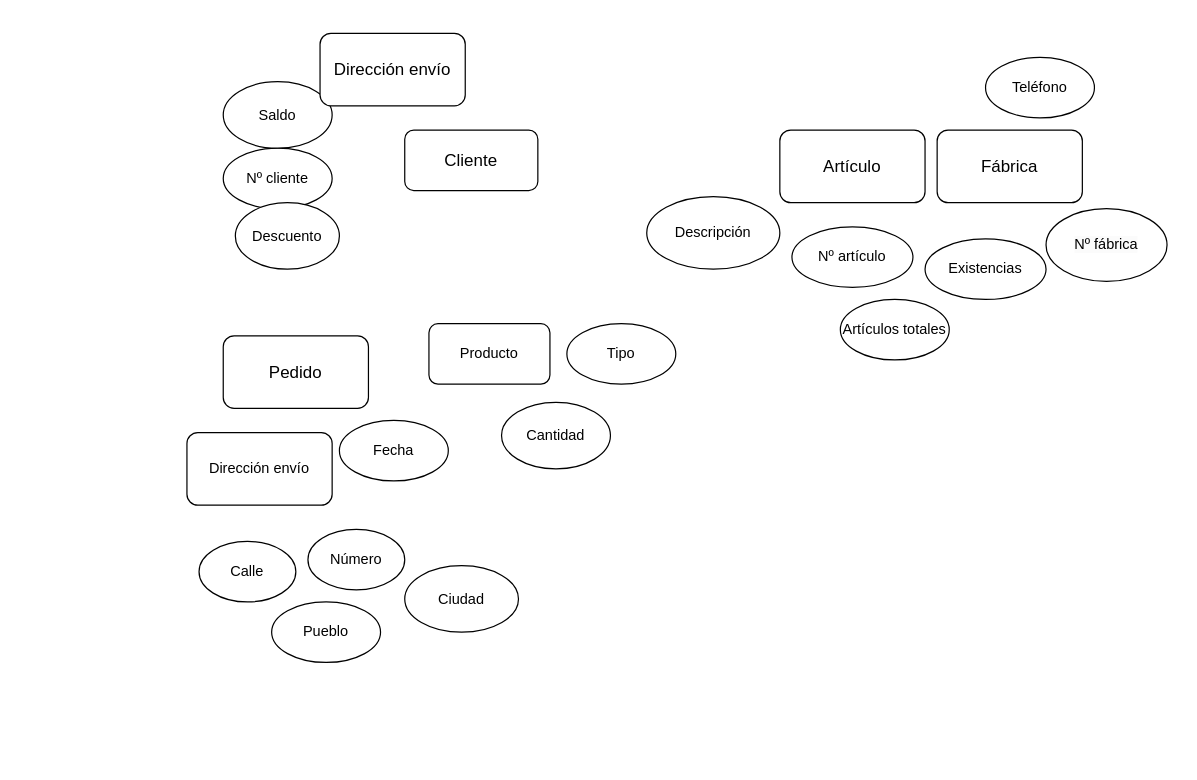
Before: ejercicio10.drawio in reyesdefedericocarlota/Base-de-datos, a draw.io diagram. Source tidied: cells renumbered, new cells numbered last; positions are measured from the earlier drawing's top-left corner, leaving out a move shared by most shapes. Both pictures are drawn from the tidied source at 121%, with x=0, y=0 at pixel (186, 33).
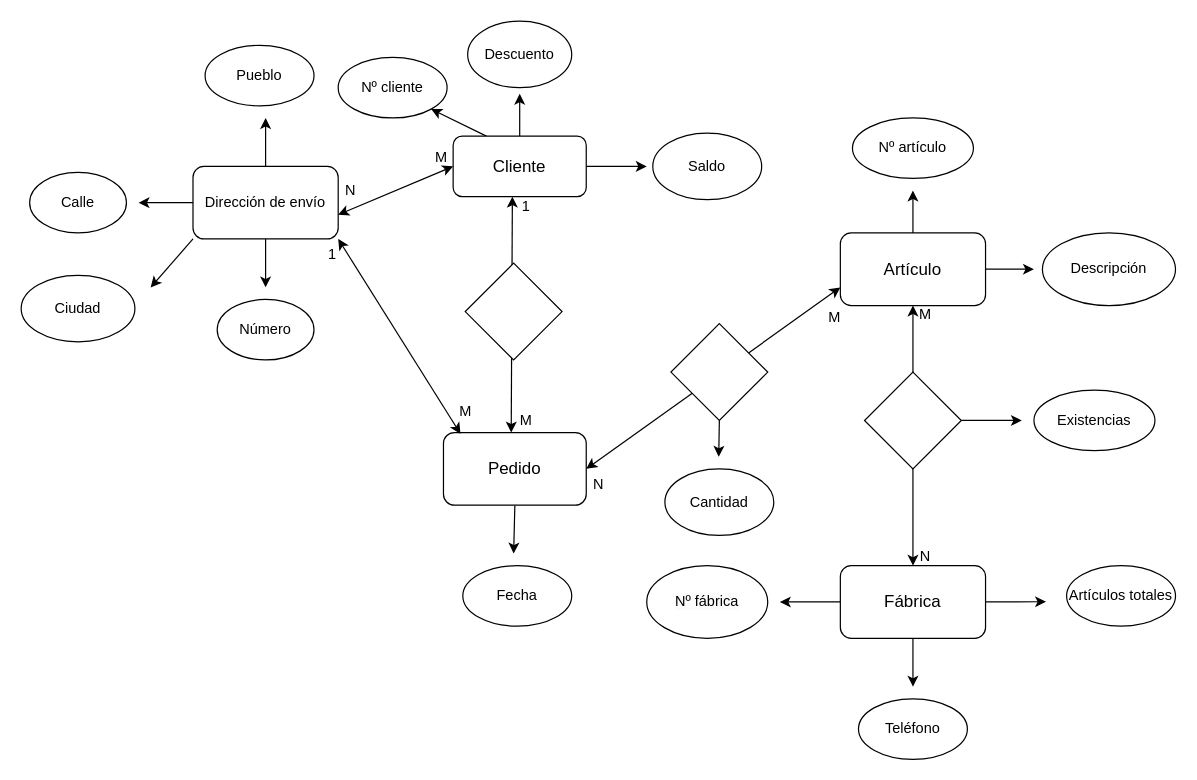
The same page after the edit.

Commit message (it also covers changes not shown here):
subo ejercicios

Diff of the diagram source:
```diff
@@
+    <mxCell id="25" style="edgeStyle=none;html=1;exitX=0.5;exitY=0;exitDx=0;exitDy=0;" parent="1" edge="1" source="2">
+      <mxGeometry relative="1" as="geometry">
+        <mxPoint x="275" y="50" as="targetPoint" />
+      </mxGeometry>
+    </mxCell>
+    <mxCell id="26" style="edgeStyle=none;html=1;exitX=1;exitY=0.5;exitDx=0;exitDy=0;" parent="1" edge="1" source="2">
+      <mxGeometry relative="1" as="geometry">
+        <mxPoint x="380" y="110" as="targetPoint" />
+      </mxGeometry>
+    </mxCell>
+    <mxCell id="27" style="edgeStyle=none;html=1;exitX=0.25;exitY=0;exitDx=0;exitDy=0;entryX=1;entryY=1;entryDx=0;entryDy=0;" parent="1" edge="1" source="2" target="3">
+      <mxGeometry relative="1" as="geometry" />
+    </mxCell>
     <mxCell id="2" value="&lt;font style=&quot;font-size: 14px;&quot;&gt;Cliente&lt;/font&gt;" style="rounded=1;whiteSpace=wrap;html=1;" parent="1" vertex="1">
-      <mxGeometry x="180" y="80" width="110" height="50" as="geometry" />
+      <mxGeometry x="220" y="85" width="110" height="50" as="geometry" />
     </mxCell>
     <mxCell id="3" value="Nº cliente" style="ellipse;whiteSpace=wrap;html=1;" parent="1" vertex="1">
-      <mxGeometry x="30" y="95" width="90" height="50" as="geometry" />
+      <mxGeometry x="125" y="20" width="90" height="50" as="geometry" />
     </mxCell>
     <mxCell id="4" value="Saldo" style="ellipse;whiteSpace=wrap;html=1;" parent="1" vertex="1">
-      <mxGeometry x="30" y="40" width="90" height="55" as="geometry" />
+      <mxGeometry x="385" y="82.5" width="90" height="55" as="geometry" />
     </mxCell>
     <mxCell id="5" value="Descuento" style="ellipse;whiteSpace=wrap;html=1;" parent="1" vertex="1">
-      <mxGeometry x="40" y="140" width="86" height="55" as="geometry" />
+      <mxGeometry x="232" y="-10" width="86" height="55" as="geometry" />
     </mxCell>
-    <mxCell id="6" value="&lt;font style=&quot;font-size: 14px;&quot;&gt;Dirección envío&lt;/font&gt;" style="rounded=1;whiteSpace=wrap;html=1;" parent="1" vertex="1">
-      <mxGeometry x="110" width="120" height="60" as="geometry" />
-    </mxCell>
+    <mxCell id="28" style="edgeStyle=none;html=1;exitX=0.5;exitY=0;exitDx=0;exitDy=0;" parent="1" edge="1" source="7">
+      <mxGeometry relative="1" as="geometry">
+        <mxPoint x="600" y="130" as="targetPoint" />
+      </mxGeometry>
+    </mxCell>
+    <mxCell id="29" style="edgeStyle=none;html=1;exitX=1;exitY=0.5;exitDx=0;exitDy=0;" parent="1" edge="1" source="7">
+      <mxGeometry relative="1" as="geometry">
+        <mxPoint x="700" y="195" as="targetPoint" />
+      </mxGeometry>
+    </mxCell>
     <mxCell id="7" value="&lt;font style=&quot;font-size: 14px;&quot;&gt;Artículo&lt;/font&gt;" style="rounded=1;whiteSpace=wrap;html=1;" parent="1" vertex="1">
-      <mxGeometry x="490" y="80" width="120" height="60" as="geometry" />
+      <mxGeometry x="540" y="165" width="120" height="60" as="geometry" />
     </mxCell>
     <mxCell id="8" value="Nº artículo" style="ellipse;whiteSpace=wrap;html=1;" parent="1" vertex="1">
-      <mxGeometry x="500" y="160" width="100" height="50" as="geometry" />
+      <mxGeometry x="550" y="70" width="100" height="50" as="geometry" />
     </mxCell>
+    <mxCell id="30" style="edgeStyle=none;html=1;exitX=0;exitY=0.5;exitDx=0;exitDy=0;" parent="1" edge="1" source="9">
+      <mxGeometry relative="1" as="geometry">
+        <mxPoint x="490" y="470" as="targetPoint" />
+      </mxGeometry>
+    </mxCell>
+    <mxCell id="31" style="edgeStyle=none;html=1;exitX=0.5;exitY=1;exitDx=0;exitDy=0;" parent="1" edge="1" source="9">
+      <mxGeometry relative="1" as="geometry">
+        <mxPoint x="600" y="540" as="targetPoint" />
+      </mxGeometry>
+    </mxCell>
+    <mxCell id="32" style="edgeStyle=none;html=1;exitX=1;exitY=0.5;exitDx=0;exitDy=0;" parent="1" edge="1" source="9">
+      <mxGeometry relative="1" as="geometry">
+        <mxPoint x="710" y="469.8" as="targetPoint" />
+      </mxGeometry>
+    </mxCell>
     <mxCell id="9" value="&lt;font style=&quot;font-size: 14px;&quot;&gt;Fábrica&lt;/font&gt;" style="rounded=1;whiteSpace=wrap;html=1;" parent="1" vertex="1">
-      <mxGeometry x="620" y="80" width="120" height="60" as="geometry" />
+      <mxGeometry x="540" y="440" width="120" height="60" as="geometry" />
     </mxCell>
     <mxCell id="10" value="Descripción" style="ellipse;whiteSpace=wrap;html=1;" parent="1" vertex="1">
-      <mxGeometry x="380" y="135" width="110" height="60" as="geometry" />
+      <mxGeometry x="707" y="165" width="110" height="60" as="geometry" />
     </mxCell>
     <mxCell id="11" value="Existencias" style="ellipse;whiteSpace=wrap;html=1;" parent="1" vertex="1">
-      <mxGeometry x="610" y="170" width="100" height="50" as="geometry" />
+      <mxGeometry x="700" y="295" width="100" height="50" as="geometry" />
     </mxCell>
+    <mxCell id="33" style="edgeStyle=none;html=1;exitX=0.5;exitY=1;exitDx=0;exitDy=0;" parent="1" edge="1" source="12">
+      <mxGeometry relative="1" as="geometry">
+        <mxPoint x="270" y="430" as="targetPoint" />
+      </mxGeometry>
+    </mxCell>
     <mxCell id="12" value="&lt;font style=&quot;font-size: 14px;&quot;&gt;Pedido&lt;/font&gt;" style="rounded=1;whiteSpace=wrap;html=1;" parent="1" vertex="1">
-      <mxGeometry x="30" y="250" width="120" height="60" as="geometry" />
+      <mxGeometry x="212" y="330" width="118" height="60" as="geometry" />
     </mxCell>
     <mxCell id="13" value="Fecha" style="ellipse;whiteSpace=wrap;html=1;" parent="1" vertex="1">
-      <mxGeometry x="126" y="320" width="90" height="50" as="geometry" />
+      <mxGeometry x="228" y="440" width="90" height="50" as="geometry" />
     </mxCell>
-    <mxCell id="14" value="Dirección envío" style="rounded=1;whiteSpace=wrap;html=1;" parent="1" vertex="1">
-      <mxGeometry y="330" width="120" height="60" as="geometry" />
-    </mxCell>
     <mxCell id="15" value="Número" style="ellipse;whiteSpace=wrap;html=1;" parent="1" vertex="1">
-      <mxGeometry x="100" y="410" width="80" height="50" as="geometry" />
+      <mxGeometry x="25" y="220" width="80" height="50" as="geometry" />
     </mxCell>
     <mxCell id="16" value="Calle" style="ellipse;whiteSpace=wrap;html=1;" parent="1" vertex="1">
-      <mxGeometry x="10" y="420" width="80" height="50" as="geometry" />
+      <mxGeometry x="-130" y="115" width="80" height="50" as="geometry" />
     </mxCell>
     <mxCell id="17" value="Pueblo" style="ellipse;whiteSpace=wrap;html=1;" parent="1" vertex="1">
-      <mxGeometry x="70" y="470" width="90" height="50" as="geometry" />
+      <mxGeometry x="15" y="10" width="90" height="50" as="geometry" />
     </mxCell>
     <mxCell id="18" value="Ciudad" style="ellipse;whiteSpace=wrap;html=1;" parent="1" vertex="1">
-      <mxGeometry x="180" y="440" width="94" height="55" as="geometry" />
+      <mxGeometry x="-137" y="200" width="94" height="55" as="geometry" />
     </mxCell>
-    <mxCell id="19" value="Producto" style="rounded=1;whiteSpace=wrap;html=1;" parent="1" vertex="1">
-      <mxGeometry x="200" y="240" width="100" height="50" as="geometry" />
-    </mxCell>
-    <mxCell id="20" value="Tipo" style="ellipse;whiteSpace=wrap;html=1;" parent="1" vertex="1">
-      <mxGeometry x="314" y="240" width="90" height="50" as="geometry" />
-    </mxCell>
     <mxCell id="21" value="Cantidad" style="ellipse;whiteSpace=wrap;html=1;" parent="1" vertex="1">
-      <mxGeometry x="260" y="305" width="90" height="55" as="geometry" />
+      <mxGeometry x="395" y="360" width="90" height="55" as="geometry" />
     </mxCell>
     <mxCell id="22" value="&lt;span style=&quot;color: rgb(0, 0, 0); font-family: Helvetica; font-size: 12px; font-style: normal; font-variant-ligatures: normal; font-variant-caps: normal; font-weight: 400; letter-spacing: normal; orphans: 2; text-align: center; text-indent: 0px; text-transform: none; widows: 2; word-spacing: 0px; -webkit-text-stroke-width: 0px; white-space: normal; background-color: rgb(251, 251, 251); text-decoration-thickness: initial; text-decoration-style: initial; text-decoration-color: initial; display: inline !important; float: none;&quot;&gt;Nº fábrica&lt;/span&gt;" style="ellipse;whiteSpace=wrap;html=1;" parent="1" vertex="1">
-      <mxGeometry x="710" y="145" width="100" height="60" as="geometry" />
+      <mxGeometry x="380" y="440" width="100" height="60" as="geometry" />
     </mxCell>
     <mxCell id="23" value="Teléfono" style="ellipse;whiteSpace=wrap;html=1;" parent="1" vertex="1">
-      <mxGeometry x="660" y="20" width="90" height="50" as="geometry" />
+      <mxGeometry x="555" y="550" width="90" height="50" as="geometry" />
     </mxCell>
     <mxCell id="24" value="Artículos totales" style="ellipse;whiteSpace=wrap;html=1;" parent="1" vertex="1">
-      <mxGeometry x="540" y="220" width="90" height="50" as="geometry" />
+      <mxGeometry x="727" y="440" width="90" height="50" as="geometry" />
     </mxCell>
+    <mxCell id="34" style="endArrow=classic;startArrow=classic;html=1;entryX=0.5;entryY=1;entryDx=0;entryDy=0;" parent="1" edge="1" target="7">
+      <mxGeometry relative="1" as="geometry">
+        <mxPoint x="600" y="440" as="sourcePoint" />
+      </mxGeometry>
+    </mxCell>
+    <mxCell id="35" style="edgeStyle=none;html=1;exitX=1;exitY=0.5;exitDx=0;exitDy=0;" parent="1" edge="1" source="36">
+      <mxGeometry relative="1" as="geometry">
+        <mxPoint x="690" y="320" as="targetPoint" />
+      </mxGeometry>
+    </mxCell>
+    <mxCell id="36" style="rhombus;whiteSpace=wrap;html=1;" parent="1" vertex="1">
+      <mxGeometry x="560" y="280" width="80" height="80" as="geometry" />
+    </mxCell>
+    <mxCell id="37" style="endArrow=classic;startArrow=classic;html=1;entryX=0.445;entryY=1;entryDx=0;entryDy=0;entryPerimeter=0;" parent="1" edge="1" target="2">
+      <mxGeometry relative="1" as="geometry">
+        <mxPoint x="268" y="330" as="sourcePoint" />
+      </mxGeometry>
+    </mxCell>
+    <mxCell id="38" style="rhombus;whiteSpace=wrap;html=1;" parent="1" vertex="1">
+      <mxGeometry x="230" y="190" width="80" height="80" as="geometry" />
+    </mxCell>
+    <mxCell id="39" style="edgeStyle=none;html=1;exitX=0.5;exitY=1;exitDx=0;exitDy=0;" parent="1" edge="1" source="43">
+      <mxGeometry relative="1" as="geometry">
+        <mxPoint x="65" y="210" as="targetPoint" />
+      </mxGeometry>
+    </mxCell>
+    <mxCell id="40" style="edgeStyle=none;html=1;exitX=0;exitY=0.5;exitDx=0;exitDy=0;" parent="1" edge="1" source="43">
+      <mxGeometry relative="1" as="geometry">
+        <mxPoint x="-40" y="140" as="targetPoint" />
+      </mxGeometry>
+    </mxCell>
+    <mxCell id="41" style="edgeStyle=none;html=1;exitX=0.5;exitY=0;exitDx=0;exitDy=0;" parent="1" edge="1" source="43">
+      <mxGeometry relative="1" as="geometry">
+        <mxPoint x="65" y="70" as="targetPoint" />
+      </mxGeometry>
+    </mxCell>
+    <mxCell id="42" style="edgeStyle=none;html=1;exitX=0;exitY=1;exitDx=0;exitDy=0;" parent="1" edge="1" source="43">
+      <mxGeometry relative="1" as="geometry">
+        <mxPoint x="-30" y="210" as="targetPoint" />
+      </mxGeometry>
+    </mxCell>
+    <mxCell id="43" value="Dirección de envío" style="rounded=1;whiteSpace=wrap;html=1;" parent="1" vertex="1">
+      <mxGeometry x="5" y="110" width="120" height="60" as="geometry" />
+    </mxCell>
+    <mxCell id="44" style="endArrow=classic;startArrow=classic;html=1;entryX=0;entryY=0.5;entryDx=0;entryDy=0;" parent="1" edge="1" target="2">
+      <mxGeometry relative="1" as="geometry">
+        <mxPoint x="125" y="150" as="sourcePoint" />
+      </mxGeometry>
+    </mxCell>
+    <mxCell id="45" style="endArrow=classic;startArrow=classic;html=1;entryX=1;entryY=1;entryDx=0;entryDy=0;exitX=0.119;exitY=0.017;exitDx=0;exitDy=0;exitPerimeter=0;" parent="1" edge="1" source="12" target="43">
+      <mxGeometry relative="1" as="geometry" />
+    </mxCell>
+    <mxCell id="46" value="N" style="text;html=1;align=center;verticalAlign=middle;strokeColor=none;fillColor=none;" parent="1" vertex="1">
+      <mxGeometry x="120" y="115" width="30" height="30" as="geometry" />
+    </mxCell>
+    <mxCell id="47" value="N" style="text;html=1;align=center;verticalAlign=middle;strokeColor=none;fillColor=none;" parent="1" vertex="1">
+      <mxGeometry x="595" y="418" width="30" height="30" as="geometry" />
+    </mxCell>
+    <mxCell id="48" value="M" style="text;html=1;align=center;verticalAlign=middle;strokeColor=none;fillColor=none;" parent="1" vertex="1">
+      <mxGeometry x="595" y="218" width="30" height="30" as="geometry" />
+    </mxCell>
+    <mxCell id="49" value="1" style="text;html=1;align=center;verticalAlign=middle;strokeColor=none;fillColor=none;" parent="1" vertex="1">
+      <mxGeometry x="105" y="168" width="30" height="30" as="geometry" />
+    </mxCell>
+    <mxCell id="50" value="M" style="text;html=1;align=center;verticalAlign=middle;strokeColor=none;fillColor=none;" parent="1" vertex="1">
+      <mxGeometry x="195" y="88" width="30" height="30" as="geometry" />
+    </mxCell>
+    <mxCell id="51" value="M" style="text;html=1;align=center;verticalAlign=middle;strokeColor=none;fillColor=none;" parent="1" vertex="1">
+      <mxGeometry x="215" y="298" width="30" height="30" as="geometry" />
+    </mxCell>
+    <mxCell id="52" style="endArrow=classic;startArrow=classic;html=1;entryX=0;entryY=0.75;entryDx=0;entryDy=0;" parent="1" edge="1" target="7">
+      <mxGeometry relative="1" as="geometry">
+        <mxPoint x="330" y="360" as="sourcePoint" />
+      </mxGeometry>
+    </mxCell>
+    <mxCell id="53" style="edgeStyle=none;html=1;exitX=0.5;exitY=1;exitDx=0;exitDy=0;" parent="1" edge="1" source="54">
+      <mxGeometry relative="1" as="geometry">
+        <mxPoint x="439.5" y="350" as="targetPoint" />
+      </mxGeometry>
+    </mxCell>
+    <mxCell id="54" style="rhombus;whiteSpace=wrap;html=1;" parent="1" vertex="1">
+      <mxGeometry x="400" y="240" width="80" height="80" as="geometry" />
+    </mxCell>
+    <mxCell id="55" value="M" style="text;html=1;align=center;verticalAlign=middle;strokeColor=none;fillColor=none;" parent="1" vertex="1">
+      <mxGeometry x="520" y="220" width="30" height="30" as="geometry" />
+    </mxCell>
+    <mxCell id="56" value="N" style="text;html=1;align=center;verticalAlign=middle;strokeColor=none;fillColor=none;" parent="1" vertex="1">
+      <mxGeometry x="325" y="358" width="30" height="30" as="geometry" />
+    </mxCell>
+    <mxCell id="57" value="1" style="text;html=1;align=center;verticalAlign=middle;strokeColor=none;fillColor=none;" parent="1" vertex="1">
+      <mxGeometry x="265" y="128" width="30" height="30" as="geometry" />
+    </mxCell>
+    <mxCell id="58" value="M" style="text;html=1;align=center;verticalAlign=middle;strokeColor=none;fillColor=none;" parent="1" vertex="1">
+      <mxGeometry x="265" y="305" width="30" height="30" as="geometry" />
+    </mxCell>
```
